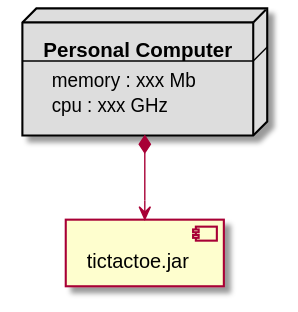
Above: documentView/withoutFactoryMethod/docs/diagrams/out/vistas/despliegue_fisica.svg in Jolucaa/USantaTecla-project-ticTacToe (PlantUML), before the change. Source of this version:
```plantuml
@startuml

node node #DDDDDD [
<b>Personal Computer</b>
----
memory : xxx Mb
cpu : xxx GHz
]

[ tictactoe.jar ] as component

node *--> component
@enduml
```
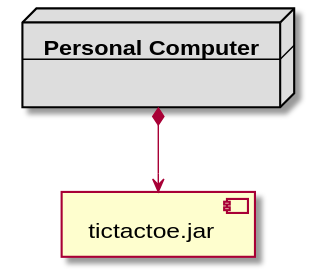
The same file after the commit.

Commit message:
Cambio en documentación de documentView.withoutFactoryMethod

The edit, as a diff of the source:
```diff
@@ -1,10 +1,8 @@
 @startuml
-
 node node #DDDDDD [
 <b>Personal Computer</b>
 ----
-memory : xxx Mb
-cpu : xxx GHz
+
 ]
 
 [ tictactoe.jar ] as component
```
